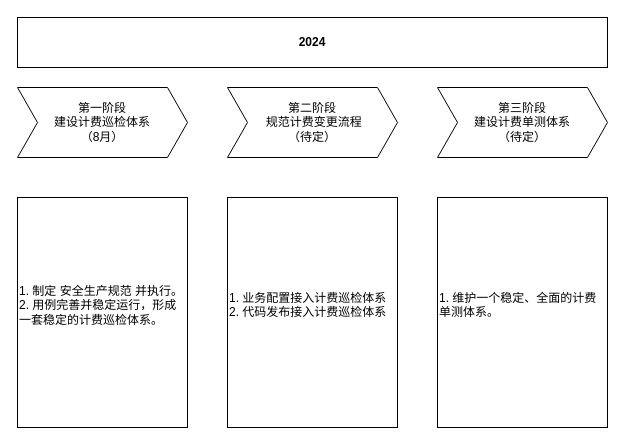
Before: 资损防控阶段性计划.drawio in heyrry/hello, a draw.io diagram. Source tidied: cells renumbered, new cells numbered last; positions are measured from the earlier drawing's top-left corner, leaving out a move shared by most shapes. Both pictures are drawn from the tidied source at 100%, with x=0, y=0 at pixel (17, 17).
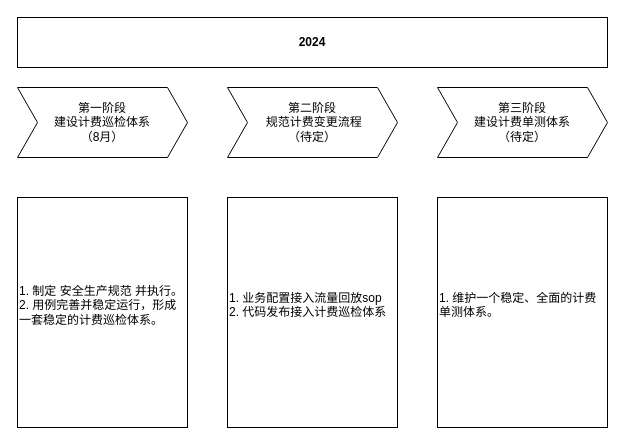
The same diagram, later.

Commit message:
更新资损防控阶段性计划.drawio

Change to the diagram source:
```diff
@@
 <mxGraphModel>
   <root>
     <mxCell id="0" />
     <mxCell id="1" parent="0" />
     <mxCell id="2" value="第一阶段&lt;div&gt;建设计费巡检体系&lt;div&gt;（8月）&lt;/div&gt;&lt;/div&gt;" style="shape=step;perimeter=stepPerimeter;whiteSpace=wrap;html=1;fixedSize=1;fillColor=none;labelBackgroundColor=none;" parent="1" vertex="1">
       <mxGeometry y="70" width="170" height="70" as="geometry" />
     </mxCell>
     <mxCell id="3" value="第二阶段&lt;div&gt;&amp;nbsp;规范计费变更流程&lt;div&gt;（待定）&lt;/div&gt;&lt;/div&gt;" style="shape=step;perimeter=stepPerimeter;whiteSpace=wrap;html=1;fixedSize=1;fillColor=none;labelBackgroundColor=none;" parent="1" vertex="1">
       <mxGeometry x="210" y="70" width="170" height="70" as="geometry" />
     </mxCell>
     <mxCell id="4" value="第三阶段&lt;div&gt;&lt;div&gt;建设计费单测体系&lt;/div&gt;&lt;div&gt;（待定）&lt;br&gt;&lt;/div&gt;&lt;/div&gt;" style="shape=step;perimeter=stepPerimeter;whiteSpace=wrap;html=1;fixedSize=1;fillColor=none;labelBackgroundColor=none;" parent="1" vertex="1">
       <mxGeometry x="420" y="70" width="170" height="70" as="geometry" />
     </mxCell>
     <mxCell id="5" value="&lt;b&gt;2024&lt;/b&gt;" style="rounded=0;whiteSpace=wrap;html=1;fillColor=none;labelBackgroundColor=none;" parent="1" vertex="1">
       <mxGeometry width="590" height="50" as="geometry" />
     </mxCell>
     <mxCell id="6" value="&lt;div&gt;1. 制定&amp;nbsp;&lt;span style=&quot;background-color: initial; font-family: -webkit-standard; caret-color: rgb(0, 0, 0);&quot;&gt;安全生产规范 并执行。&lt;/span&gt;&lt;br&gt;&lt;/div&gt;2. 用例完善并稳定运行，形成一套稳定的计费巡检体系。&lt;div&gt;&lt;br&gt;&lt;/div&gt;" style="rounded=0;whiteSpace=wrap;html=1;fillColor=none;align=left;labelBackgroundColor=none;" parent="1" vertex="1">
       <mxGeometry y="180" width="170" height="230" as="geometry" />
     </mxCell>
-    <mxCell id="7" value="&lt;span style=&quot;&quot;&gt;1. 业务配置接入计费巡检体系&lt;/span&gt;&lt;div&gt;&lt;span style=&quot;&quot;&gt;2. 代码发布接入&lt;/span&gt;&lt;span style=&quot;background-color: initial;&quot;&gt;计费巡检体系&lt;/span&gt;&lt;/div&gt;&lt;div&gt;&lt;br&gt;&lt;/div&gt;" style="rounded=0;whiteSpace=wrap;html=1;fillColor=none;align=left;labelBackgroundColor=none;" parent="1" vertex="1">
+    <mxCell id="7" value="&lt;span style=&quot;&quot;&gt;1. 业务配置接入流量回放sop&lt;/span&gt;&lt;div&gt;&lt;span style=&quot;&quot;&gt;2. 代码发布接入&lt;/span&gt;&lt;span style=&quot;background-color: initial;&quot;&gt;计费巡检体系&lt;/span&gt;&lt;/div&gt;&lt;div&gt;&lt;br&gt;&lt;/div&gt;" style="rounded=0;whiteSpace=wrap;html=1;fillColor=none;align=left;labelBackgroundColor=none;" parent="1" vertex="1">
       <mxGeometry x="210" y="180" width="170" height="230" as="geometry" />
     </mxCell>
     <mxCell id="8" value="1. 维护一个稳定、全面的计费单测体系。&lt;div&gt;&lt;br&gt;&lt;/div&gt;" style="rounded=0;whiteSpace=wrap;html=1;fillColor=none;align=left;labelBackgroundColor=none;" parent="1" vertex="1">
       <mxGeometry x="420" y="180" width="170" height="230" as="geometry" />
     </mxCell>
   </root>
 </mxGraphModel>
```
